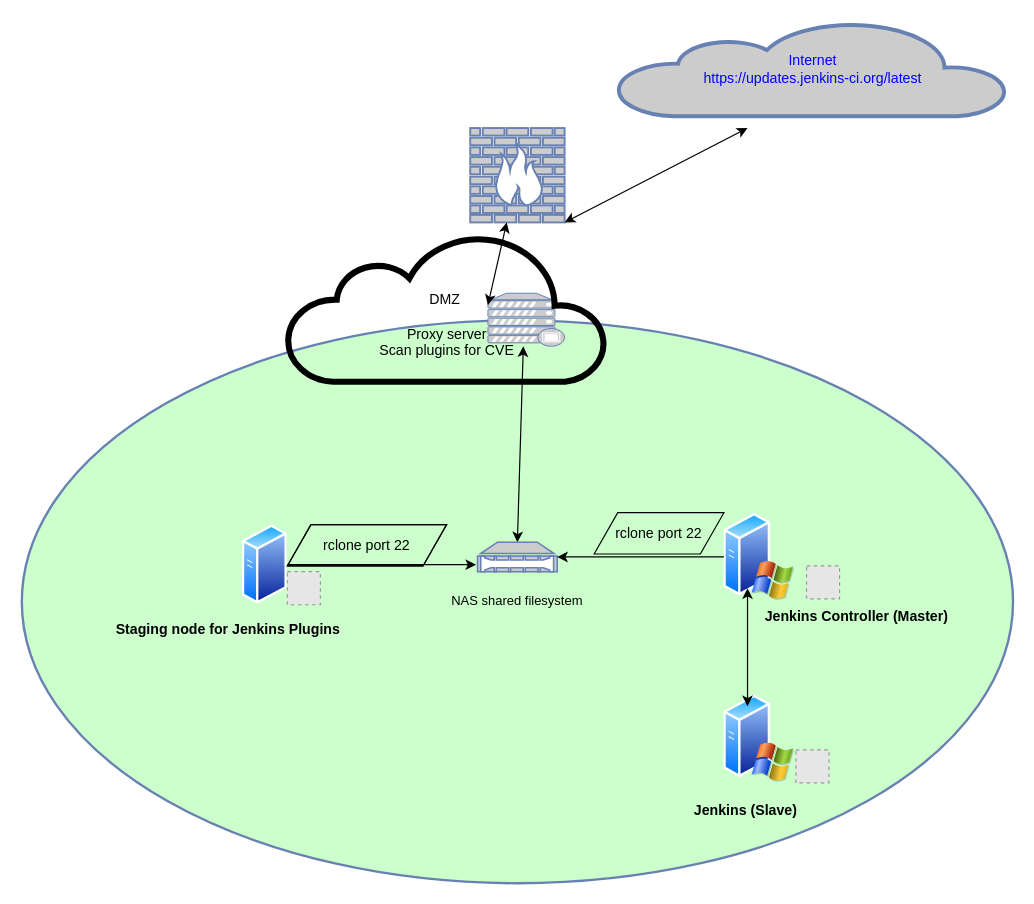
This is manage_jenkins_plugins.drawio from ifocus1776/jenkins-demo, a draw.io file, before an edit. Source tidied: cells renumbered, new cells numbered last; positions are measured from the earlier drawing's top-left corner, leaving out a move shared by most shapes. Both pictures are drawn from the tidied source at 118%, with x=0, y=0 at pixel (21, 21). Pictures stored in the file or linked from it are replaced by grey dashed boxes.
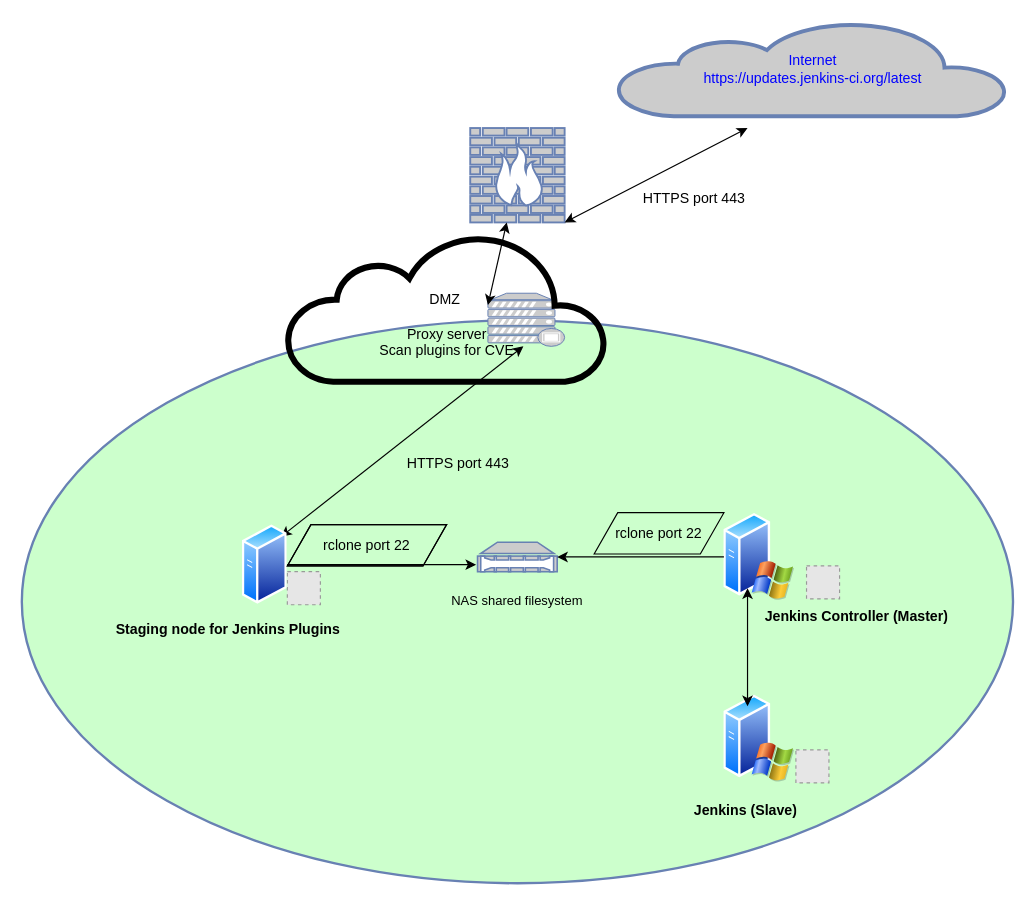
The same page after the edit.

Unchanged cells that the change refers to:
```xml
<mxCell id="9" style="fontColor=#0066CC;verticalAlign=top;verticalLabelPosition=bottom;labelPosition=center;align=center;html=1;outlineConnect=0;fillColor=#CCCCCC;strokeColor=#6881B3;gradientColor=none;gradientDirection=north;strokeWidth=2;shape=mxgraph.networks.nas_filer;" parent="1" vertex="1">
  <mxGeometry x="386.2" y="441" width="67.5" height="25" as="geometry" />
</mxCell>
<mxCell id="13" style="perimeter=ellipsePerimeter;html=1;align=center;shadow=0;dashed=0;spacingTop=3;image;image=img/lib/active_directory/generic_server.svg;fillColor=none;" parent="1" vertex="1">
  <mxGeometry x="187" y="426.1" width="38" height="67.9" as="geometry" />
</mxCell>
```

Diff of the diagram source:
```diff
@@
-    <mxCell id="8" style="endArrow=classic;startArrow=classic;html=1;exitX=0.5;exitY=0;exitDx=0;exitDy=0;exitPerimeter=0;" parent="1" edge="1" source="9">
+    <mxCell id="8" style="endArrow=classic;startArrow=classic;html=1;exitX=1;exitY=0;exitDx=0;exitDy=0;" parent="1" edge="1" source="13">
       <mxGeometry relative="1" as="geometry">
         <mxPoint x="425" y="275" as="targetPoint" />
       </mxGeometry>
     </mxCell>
@@
+    <mxCell id="26" value="HTTPS port 443" style="text;html=1;strokeColor=none;fillColor=none;align=center;verticalAlign=middle;whiteSpace=wrap;rounded=0;" parent="1" vertex="1">
+      <mxGeometry x="505" y="140" width="130" height="20" as="geometry" />
+    </mxCell>
+    <mxCell id="27" value="HTTPS port 443" style="text;html=1;strokeColor=none;fillColor=none;align=center;verticalAlign=middle;whiteSpace=wrap;rounded=0;" parent="1" vertex="1">
+      <mxGeometry x="305" y="365" width="130" height="20" as="geometry" />
+    </mxCell>
```
